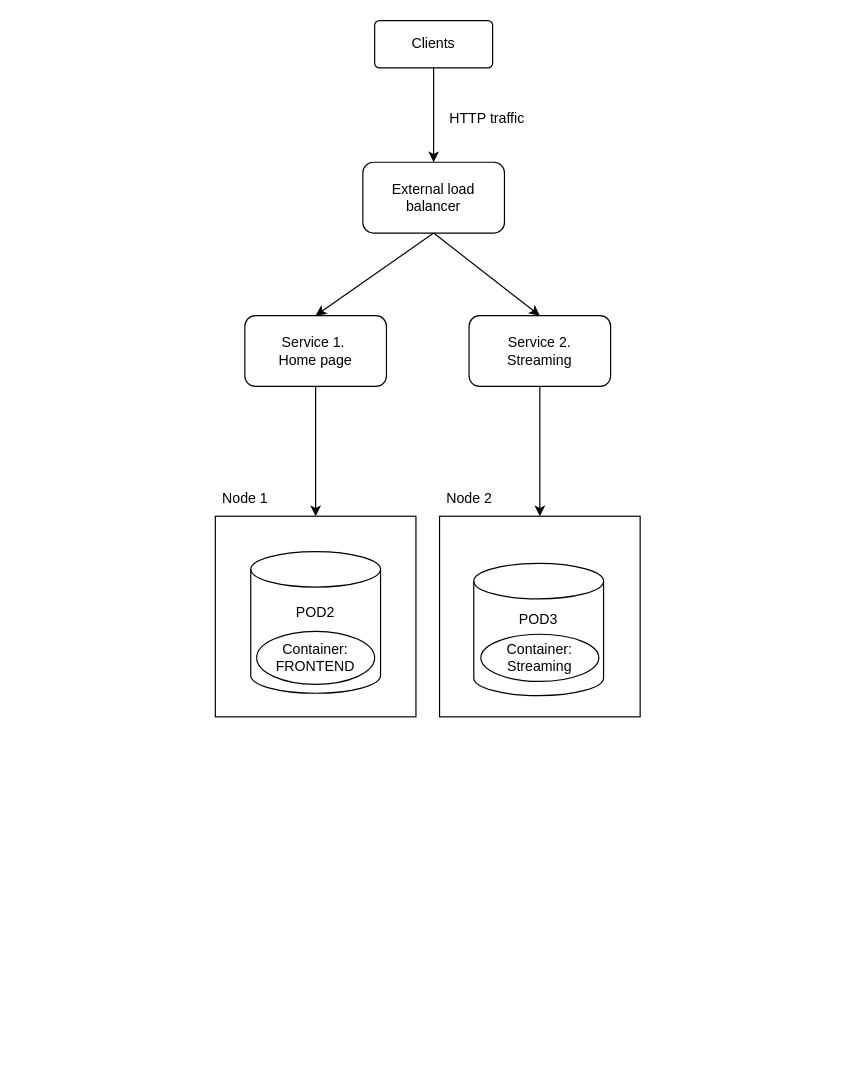
The draw.io diagram part3/3.11/pics/Nimetön kaavio.drawio in flyingstick22/DevOps-with-Docker, before the edit. Source tidied: cells renumbered, new cells numbered last; positions are measured from the earlier drawing's top-left corner, leaving out a move shared by most shapes. Both pictures are drawn from the tidied source at 118%, with x=0, y=0 at pixel (209, 20).
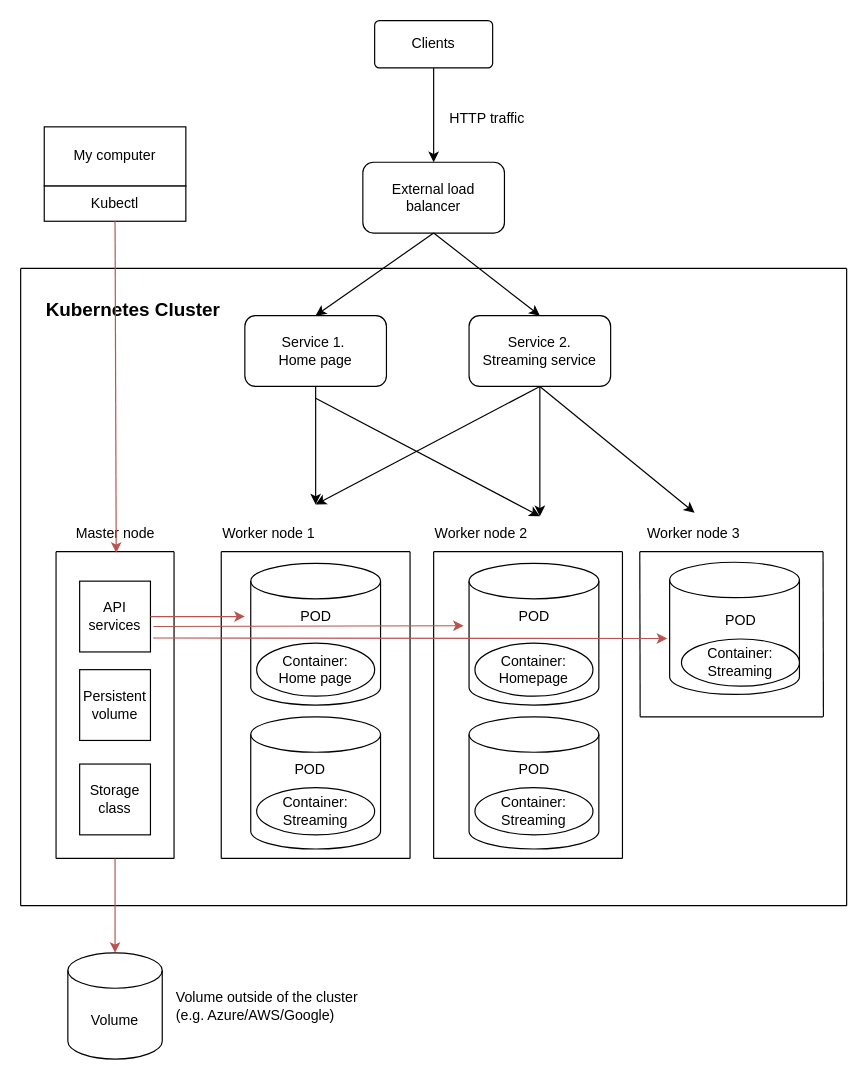
After the change.

Unchanged cells that the change refers to:
```xml
<mxCell id="9" value="Service 1.&amp;nbsp;&lt;br&gt;Home page" style="rounded=1;whiteSpace=wrap;html=1;" parent="1" vertex="1">
  <mxGeometry x="30" y="250" width="120" height="60" as="geometry" />
</mxCell>
```

Diff of the diagram source:
```diff
@@
-    <mxCell id="6" value="POD2&lt;br&gt;&lt;br&gt;&lt;br&gt;&lt;br&gt;" style="shape=cylinder3;whiteSpace=wrap;html=1;boundedLbl=1;backgroundOutline=1;size=15;" parent="1" vertex="1">
-      <mxGeometry x="35" y="450" width="110" height="120" as="geometry" />
+    <mxCell id="6" value="&lt;br&gt;&lt;br&gt;&lt;br&gt;&lt;br&gt;&lt;br&gt;&lt;br&gt;&lt;br&gt;&lt;br&gt;" style="shape=cylinder3;whiteSpace=wrap;html=1;boundedLbl=1;backgroundOutline=1;size=15;" parent="1" vertex="1">
+      <mxGeometry x="35" y="460" width="110" height="120" as="geometry" />
     </mxCell>
@@
-    <mxCell id="10" value="POD3&lt;br&gt;&lt;br&gt;&lt;br&gt;&lt;br&gt;" style="shape=cylinder3;whiteSpace=wrap;html=1;boundedLbl=1;backgroundOutline=1;size=15;" parent="1" vertex="1">
-      <mxGeometry x="224" y="460" width="110" height="112" as="geometry" />
+    <mxCell id="10" value="&lt;br&gt;&lt;br&gt;" style="shape=cylinder3;whiteSpace=wrap;html=1;boundedLbl=1;backgroundOutline=1;size=15;" parent="1" vertex="1">
+      <mxGeometry x="35" y="590" width="110" height="112" as="geometry" />
     </mxCell>
-    <mxCell id="11" value="Container:&lt;br&gt;FRONTEND" style="ellipse;whiteSpace=wrap;html=1;align=center;newEdgeStyle={&quot;edgeStyle&quot;:&quot;entityRelationEdgeStyle&quot;,&quot;startArrow&quot;:&quot;none&quot;,&quot;endArrow&quot;:&quot;none&quot;,&quot;segment&quot;:10,&quot;curved&quot;:1,&quot;sourcePerimeterSpacing&quot;:0,&quot;targetPerimeterSpacing&quot;:0};" parent="1" vertex="1">
-      <mxGeometry x="40" y="517.5" width="100" height="45" as="geometry" />
+    <mxCell id="11" value="Container:&lt;br&gt;Home page" style="ellipse;whiteSpace=wrap;html=1;align=center;newEdgeStyle={&quot;edgeStyle&quot;:&quot;entityRelationEdgeStyle&quot;,&quot;startArrow&quot;:&quot;none&quot;,&quot;endArrow&quot;:&quot;none&quot;,&quot;segment&quot;:10,&quot;curved&quot;:1,&quot;sourcePerimeterSpacing&quot;:0,&quot;targetPerimeterSpacing&quot;:0};" parent="1" vertex="1">
+      <mxGeometry x="40" y="527.5" width="100" height="45" as="geometry" />
     </mxCell>
     <mxCell id="12" value="Container:&lt;br&gt;Streaming" style="ellipse;whiteSpace=wrap;html=1;align=center;newEdgeStyle={&quot;edgeStyle&quot;:&quot;entityRelationEdgeStyle&quot;,&quot;startArrow&quot;:&quot;none&quot;,&quot;endArrow&quot;:&quot;none&quot;,&quot;segment&quot;:10,&quot;curved&quot;:1,&quot;sourcePerimeterSpacing&quot;:0,&quot;targetPerimeterSpacing&quot;:0};" parent="1" vertex="1">
-      <mxGeometry x="230" y="520" width="100" height="40" as="geometry" />
+      <mxGeometry x="40" y="650" width="100" height="40" as="geometry" />
     </mxCell>
-    <mxCell id="13" style="endArrow=classic;html=1;rounded=0;exitX=0.5;exitY=1;exitDx=0;exitDy=0;entryX=0.5;entryY=0;entryDx=0;entryDy=0;" parent="1" edge="1" source="9" target="16">
-      <mxGeometry relative="1" as="geometry" />
+    <mxCell id="13" style="endArrow=classic;html=1;rounded=0;exitX=0.5;exitY=1;exitDx=0;exitDy=0;" parent="1" edge="1" source="9">
+      <mxGeometry relative="1" as="geometry">
+        <mxPoint x="90" y="410" as="targetPoint" />
+      </mxGeometry>
     </mxCell>
-    <mxCell id="14" value="Service 2.&lt;br&gt;Streaming" style="rounded=1;whiteSpace=wrap;html=1;" parent="1" vertex="1">
+    <mxCell id="14" value="Service 2.&lt;br&gt;Streaming service" style="rounded=1;whiteSpace=wrap;html=1;" parent="1" vertex="1">
       <mxGeometry x="220" y="250" width="120" height="60" as="geometry" />
     </mxCell>
@@
-    <mxCell id="16" style="rounded=0;whiteSpace=wrap;html=1;fillColor=none;" parent="1" vertex="1">
-      <mxGeometry x="5" y="420" width="170" height="170" as="geometry" />
-    </mxCell>
-    <mxCell id="17" style="endArrow=classic;html=1;rounded=0;exitX=0.5;exitY=1;exitDx=0;exitDy=0;entryX=0.5;entryY=0;entryDx=0;entryDy=0;entryPerimeter=0;" parent="1" edge="1" source="14" target="18">
-      <mxGeometry relative="1" as="geometry" />
+    <mxCell id="17" style="endArrow=classic;html=1;rounded=0;exitX=0.5;exitY=1;exitDx=0;exitDy=0;entryX=0.5;entryY=0;entryDx=0;entryDy=0;entryPerimeter=0;" parent="1" edge="1" source="14">
+      <mxGeometry relative="1" as="geometry">
+        <mxPoint x="280" y="420" as="targetPoint" />
+      </mxGeometry>
     </mxCell>
-    <mxCell id="18" style="rounded=0;whiteSpace=wrap;html=1;fillColor=none;" parent="1" vertex="1">
-      <mxGeometry x="195" y="420" width="170" height="170" as="geometry" />
-    </mxCell>
-    <mxCell id="19" value="Node 1" style="text;html=1;align=center;verticalAlign=middle;strokeColor=none;fillColor=none;" parent="1" vertex="1">
-      <mxGeometry y="390" width="60" height="30" as="geometry" />
+    <mxCell id="19" value="Worker node 1" style="text;html=1;align=center;verticalAlign=middle;strokeColor=none;fillColor=none;" parent="1" vertex="1">
+      <mxGeometry y="420" width="100" height="30" as="geometry" />
     </mxCell>
-    <mxCell id="20" value="Node 2" style="text;html=1;align=center;verticalAlign=middle;strokeColor=none;fillColor=none;" parent="1" vertex="1">
-      <mxGeometry x="190" y="390" width="60" height="30" as="geometry" />
+    <mxCell id="20" value="Worker node 2" style="text;html=1;align=center;verticalAlign=middle;strokeColor=none;fillColor=none;" parent="1" vertex="1">
+      <mxGeometry x="180" y="420" width="100" height="30" as="geometry" />
     </mxCell>
+    <mxCell id="21" style="edgeStyle=orthogonalEdgeStyle;rounded=0;orthogonalLoop=1;jettySize=auto;html=1;exitX=0.5;exitY=1;exitDx=0;exitDy=0;" parent="1" edge="1">
+      <mxGeometry relative="1" as="geometry">
+        <mxPoint x="400.5" y="611" as="sourcePoint" />
+        <mxPoint x="400.5" y="611" as="targetPoint" />
+      </mxGeometry>
+    </mxCell>
+    <mxCell id="22" value="&lt;br&gt;&lt;br&gt;" style="shape=cylinder3;whiteSpace=wrap;html=1;boundedLbl=1;backgroundOutline=1;size=15;" parent="1" vertex="1">
+      <mxGeometry x="220" y="460" width="110" height="120" as="geometry" />
+    </mxCell>
+    <mxCell id="23" value="&lt;br&gt;&lt;br&gt;" style="shape=cylinder3;whiteSpace=wrap;html=1;boundedLbl=1;backgroundOutline=1;size=15;" parent="1" vertex="1">
+      <mxGeometry x="220" y="590" width="110" height="112" as="geometry" />
+    </mxCell>
+    <mxCell id="24" value="Container:&lt;br&gt;Homepage" style="ellipse;whiteSpace=wrap;html=1;align=center;newEdgeStyle={&quot;edgeStyle&quot;:&quot;entityRelationEdgeStyle&quot;,&quot;startArrow&quot;:&quot;none&quot;,&quot;endArrow&quot;:&quot;none&quot;,&quot;segment&quot;:10,&quot;curved&quot;:1,&quot;sourcePerimeterSpacing&quot;:0,&quot;targetPerimeterSpacing&quot;:0};" parent="1" vertex="1">
+      <mxGeometry x="225" y="527.5" width="100" height="45" as="geometry" />
+    </mxCell>
+    <mxCell id="25" value="Container:&lt;br&gt;Streaming" style="ellipse;whiteSpace=wrap;html=1;align=center;newEdgeStyle={&quot;edgeStyle&quot;:&quot;entityRelationEdgeStyle&quot;,&quot;startArrow&quot;:&quot;none&quot;,&quot;endArrow&quot;:&quot;none&quot;,&quot;segment&quot;:10,&quot;curved&quot;:1,&quot;sourcePerimeterSpacing&quot;:0,&quot;targetPerimeterSpacing&quot;:0};" parent="1" vertex="1">
+      <mxGeometry x="225" y="650" width="100" height="40" as="geometry" />
+    </mxCell>
+    <mxCell id="26" value="&lt;br&gt;&lt;br&gt;" style="shape=cylinder3;whiteSpace=wrap;html=1;boundedLbl=1;backgroundOutline=1;size=15;" parent="1" vertex="1">
+      <mxGeometry x="390" y="459" width="110" height="112" as="geometry" />
+    </mxCell>
+    <mxCell id="27" value="Container:&lt;br&gt;Streaming" style="ellipse;whiteSpace=wrap;html=1;align=center;newEdgeStyle={&quot;edgeStyle&quot;:&quot;entityRelationEdgeStyle&quot;,&quot;startArrow&quot;:&quot;none&quot;,&quot;endArrow&quot;:&quot;none&quot;,&quot;segment&quot;:10,&quot;curved&quot;:1,&quot;sourcePerimeterSpacing&quot;:0,&quot;targetPerimeterSpacing&quot;:0};" parent="1" vertex="1">
+      <mxGeometry x="400" y="524" width="100" height="40" as="geometry" />
+    </mxCell>
+    <mxCell id="28" style="endArrow=classic;html=1;rounded=0;exitX=0.5;exitY=1;exitDx=0;exitDy=0;" parent="1" edge="1" source="14">
+      <mxGeometry relative="1" as="geometry">
+        <mxPoint x="90" y="410" as="targetPoint" />
+      </mxGeometry>
+    </mxCell>
+    <mxCell id="29" style="endArrow=classic;html=1;rounded=0;" parent="1" edge="1">
+      <mxGeometry relative="1" as="geometry">
+        <mxPoint x="90" y="320" as="sourcePoint" />
+        <mxPoint x="280" y="420" as="targetPoint" />
+      </mxGeometry>
+    </mxCell>
+    <mxCell id="30" value="Worker node 3" style="text;html=1;align=center;verticalAlign=middle;points=[];strokeColor=none;fillColor=none;" parent="1" vertex="1">
+      <mxGeometry x="360" y="420" width="100" height="30" as="geometry" />
+    </mxCell>
+    <mxCell id="31" style="edgeStyle=orthogonalEdgeStyle;rounded=0;jettySize=auto;html=1;exitX=0.75;exitY=0;exitDx=0;exitDy=0;entryX=0.75;entryY=1;entryDx=0;entryDy=0;" parent="1" edge="1" source="32" target="44">
+      <mxGeometry relative="1" as="geometry" />
+    </mxCell>
+    <mxCell id="32" value="Kubectl" style="rounded=0;whiteSpace=wrap;html=1;" parent="1" vertex="1">
+      <mxGeometry x="-140" y="140" width="120" height="30" as="geometry" />
+    </mxCell>
+    <mxCell id="33" value="POD" style="text;html=1;align=center;verticalAlign=middle;strokeColor=none;fillColor=none;" parent="1" vertex="1">
+      <mxGeometry x="65" y="490" width="50" height="30" as="geometry" />
+    </mxCell>
+    <mxCell id="34" value="POD" style="text;html=1;align=center;verticalAlign=middle;strokeColor=none;fillColor=none;" parent="1" vertex="1">
+      <mxGeometry x="60" y="620" width="50" height="30" as="geometry" />
+    </mxCell>
+    <mxCell id="35" value="POD" style="text;html=1;align=center;verticalAlign=middle;strokeColor=none;fillColor=none;" parent="1" vertex="1">
+      <mxGeometry x="250" y="490" width="50" height="30" as="geometry" />
+    </mxCell>
+    <mxCell id="36" value="POD" style="text;html=1;align=center;verticalAlign=middle;strokeColor=none;fillColor=none;" parent="1" vertex="1">
+      <mxGeometry x="250" y="620" width="50" height="30" as="geometry" />
+    </mxCell>
+    <mxCell id="37" value="POD" style="text;html=1;align=center;verticalAlign=middle;strokeColor=none;fillColor=none;" parent="1" vertex="1">
+      <mxGeometry x="425" y="494" width="50" height="30" as="geometry" />
+    </mxCell>
+    <mxCell id="38" style="endArrow=classic;html=1;rounded=0;entryX=0.511;entryY=-0.1;entryDx=0;entryDy=0;entryPerimeter=0;" parent="1" edge="1" target="30">
+      <mxGeometry relative="1" as="geometry">
+        <mxPoint x="280" y="310" as="sourcePoint" />
+      </mxGeometry>
+    </mxCell>
+    <mxCell id="39" style="endArrow=none;html=1;rounded=0;" parent="1" edge="1">
+      <mxGeometry relative="1" as="geometry">
+        <mxPoint x="-160" y="750" as="sourcePoint" />
+        <mxPoint x="-160" y="210" as="targetPoint" />
+        <Array as="points">
+          <mxPoint x="-160" y="470" />
+        </Array>
+      </mxGeometry>
+    </mxCell>
+    <mxCell id="40" style="endArrow=none;html=1;rounded=0;" parent="1" edge="1">
+      <mxGeometry relative="1" as="geometry">
+        <mxPoint x="540" y="210" as="sourcePoint" />
+        <mxPoint x="-160" y="210" as="targetPoint" />
+      </mxGeometry>
+    </mxCell>
+    <mxCell id="41" style="endArrow=none;html=1;rounded=0;" parent="1" edge="1">
+      <mxGeometry relative="1" as="geometry">
+        <mxPoint x="540" y="750" as="sourcePoint" />
+        <mxPoint x="540" y="210" as="targetPoint" />
+      </mxGeometry>
+    </mxCell>
+    <mxCell id="42" style="endArrow=none;html=1;rounded=0;" parent="1" edge="1">
+      <mxGeometry relative="1" as="geometry">
+        <mxPoint x="540" y="750" as="sourcePoint" />
+        <mxPoint x="-160" y="750" as="targetPoint" />
+      </mxGeometry>
+    </mxCell>
+    <mxCell id="43" value="&lt;b&gt;&lt;font style=&quot;font-size: 16px;&quot;&gt;Kubernetes Cluster&lt;/font&gt;&lt;/b&gt;" style="text;html=1;align=center;verticalAlign=middle;strokeColor=none;fillColor=none;" parent="1" vertex="1">
+      <mxGeometry x="-150" y="230" width="170" height="30" as="geometry" />
+    </mxCell>
+    <mxCell id="44" value="My computer" style="rounded=0;whiteSpace=wrap;html=1;" parent="1" vertex="1">
+      <mxGeometry x="-140" y="90" width="120" height="50" as="geometry" />
+    </mxCell>
+    <mxCell id="45" style="endArrow=none;html=1;rounded=0;" parent="1" edge="1">
+      <mxGeometry relative="1" as="geometry">
+        <mxPoint x="10" y="710" as="sourcePoint" />
+        <mxPoint x="10" y="450" as="targetPoint" />
+        <Array as="points">
+          <mxPoint x="10" y="710" />
+        </Array>
+      </mxGeometry>
+    </mxCell>
+    <mxCell id="46" style="endArrow=none;html=1;rounded=0;" parent="1" edge="1">
+      <mxGeometry relative="1" as="geometry">
+        <mxPoint x="170" y="710" as="sourcePoint" />
+        <mxPoint x="170" y="450" as="targetPoint" />
+        <Array as="points">
+          <mxPoint x="170" y="710" />
+        </Array>
+      </mxGeometry>
+    </mxCell>
+    <mxCell id="47" style="endArrow=none;html=1;rounded=0;" parent="1" edge="1">
+      <mxGeometry relative="1" as="geometry">
+        <mxPoint x="10" y="450" as="sourcePoint" />
+        <mxPoint x="170" y="450" as="targetPoint" />
+      </mxGeometry>
+    </mxCell>
+    <mxCell id="48" style="endArrow=none;html=1;rounded=0;" parent="1" edge="1">
+      <mxGeometry relative="1" as="geometry">
+        <mxPoint x="10" y="710" as="sourcePoint" />
+        <mxPoint x="170" y="710" as="targetPoint" />
+      </mxGeometry>
+    </mxCell>
+    <mxCell id="49" style="endArrow=none;html=1;rounded=0;" parent="1" edge="1">
+      <mxGeometry relative="1" as="geometry">
+        <mxPoint x="190" y="710" as="sourcePoint" />
+        <mxPoint x="190" y="450" as="targetPoint" />
+        <Array as="points">
+          <mxPoint x="190" y="710" />
+        </Array>
+      </mxGeometry>
+    </mxCell>
+    <mxCell id="50" style="endArrow=none;html=1;rounded=0;" parent="1" edge="1">
+      <mxGeometry relative="1" as="geometry">
+        <mxPoint x="350" y="710" as="sourcePoint" />
+        <mxPoint x="350" y="450" as="targetPoint" />
+        <Array as="points">
+          <mxPoint x="350" y="710" />
+        </Array>
+      </mxGeometry>
+    </mxCell>
+    <mxCell id="51" style="endArrow=none;html=1;rounded=0;" parent="1" edge="1">
+      <mxGeometry relative="1" as="geometry">
+        <mxPoint x="190" y="450" as="sourcePoint" />
+        <mxPoint x="350" y="450" as="targetPoint" />
+      </mxGeometry>
+    </mxCell>
+    <mxCell id="52" style="endArrow=none;html=1;rounded=0;" parent="1" edge="1">
+      <mxGeometry relative="1" as="geometry">
+        <mxPoint x="190" y="710" as="sourcePoint" />
+        <mxPoint x="350" y="710" as="targetPoint" />
+      </mxGeometry>
+    </mxCell>
+    <mxCell id="53" style="endArrow=none;html=1;rounded=0;" parent="1" edge="1">
+      <mxGeometry relative="1" as="geometry">
+        <mxPoint x="365" y="590" as="sourcePoint" />
+        <mxPoint x="364.7" y="450" as="targetPoint" />
+      </mxGeometry>
+    </mxCell>
+    <mxCell id="54" style="endArrow=none;html=1;rounded=0;" parent="1" edge="1">
+      <mxGeometry relative="1" as="geometry">
+        <mxPoint x="364.7" y="450" as="sourcePoint" />
+        <mxPoint x="520" y="450" as="targetPoint" />
+      </mxGeometry>
+    </mxCell>
+    <mxCell id="55" style="endArrow=none;html=1;rounded=0;" parent="1" edge="1">
+      <mxGeometry relative="1" as="geometry">
+        <mxPoint x="365" y="590" as="sourcePoint" />
+        <mxPoint x="520" y="590" as="targetPoint" />
+        <Array as="points">
+          <mxPoint x="440.3" y="590" />
+        </Array>
+      </mxGeometry>
+    </mxCell>
+    <mxCell id="56" style="endArrow=none;html=1;rounded=0;" parent="1" edge="1">
+      <mxGeometry relative="1" as="geometry">
+        <mxPoint x="520.3" y="590" as="sourcePoint" />
+        <mxPoint x="520" y="450" as="targetPoint" />
+      </mxGeometry>
+    </mxCell>
+    <mxCell id="57" value="Volume" style="shape=cylinder3;whiteSpace=wrap;html=1;boundedLbl=1;backgroundOutline=1;size=15;" parent="1" vertex="1">
+      <mxGeometry x="-120" y="790" width="80" height="90" as="geometry" />
+    </mxCell>
+    <mxCell id="58" style="endArrow=none;html=1;rounded=0;" parent="1" edge="1">
+      <mxGeometry relative="1" as="geometry">
+        <mxPoint x="-130" y="710" as="sourcePoint" />
+        <mxPoint x="-130" y="450" as="targetPoint" />
+        <Array as="points">
+          <mxPoint x="-130" y="710" />
+        </Array>
+      </mxGeometry>
+    </mxCell>
+    <mxCell id="59" style="endArrow=none;html=1;rounded=0;" parent="1" edge="1">
+      <mxGeometry relative="1" as="geometry">
+        <mxPoint x="-130" y="450" as="sourcePoint" />
+        <mxPoint x="-30" y="450" as="targetPoint" />
+      </mxGeometry>
+    </mxCell>
+    <mxCell id="60" style="endArrow=none;html=1;rounded=0;" parent="1" edge="1">
+      <mxGeometry relative="1" as="geometry">
+        <mxPoint x="-130" y="710" as="sourcePoint" />
+        <mxPoint x="-30" y="710" as="targetPoint" />
+      </mxGeometry>
+    </mxCell>
+    <mxCell id="61" style="endArrow=none;html=1;rounded=0;" parent="1" edge="1">
+      <mxGeometry relative="1" as="geometry">
+        <mxPoint x="-30" y="710" as="sourcePoint" />
+        <mxPoint x="-30" y="450" as="targetPoint" />
+        <Array as="points">
+          <mxPoint x="-30" y="710" />
+        </Array>
+      </mxGeometry>
+    </mxCell>
+    <mxCell id="62" value="Master node" style="text;html=1;align=center;verticalAlign=middle;points=[];strokeColor=none;fillColor=none;" parent="1" vertex="1">
+      <mxGeometry x="-125" y="420" width="90" height="30" as="geometry" />
+    </mxCell>
+    <mxCell id="63" value="API services" style="rounded=0;whiteSpace=wrap;html=1;" parent="1" vertex="1">
+      <mxGeometry x="-110" y="475" width="60" height="60" as="geometry" />
+    </mxCell>
+    <mxCell id="64" style="endArrow=classic;html=1;rounded=0;exitX=1;exitY=0.5;exitDx=0;exitDy=0;fillColor=#f8cecc;gradientColor=#ea6b66;strokeColor=#b85450;" parent="1" edge="1" source="63">
+      <mxGeometry relative="1" as="geometry">
+        <mxPoint x="30" y="505" as="targetPoint" />
+      </mxGeometry>
+    </mxCell>
+    <mxCell id="65" style="endArrow=classic;html=1;rounded=0;exitX=1.042;exitY=0.641;exitDx=0;exitDy=0;entryX=-0.041;entryY=0.44;entryDx=0;entryDy=0;entryPerimeter=0;fillColor=#f8cecc;gradientColor=#ea6b66;strokeColor=#b85450;exitPerimeter=0;" parent="1" edge="1" source="63" target="22">
+      <mxGeometry relative="1" as="geometry" />
+    </mxCell>
+    <mxCell id="66" style="endArrow=classic;html=1;rounded=0;exitX=1.037;exitY=0.803;exitDx=0;exitDy=0;entryX=-0.018;entryY=0.577;entryDx=0;entryDy=0;entryPerimeter=0;fillColor=#f8cecc;gradientColor=#ea6b66;strokeColor=#b85450;exitPerimeter=0;" parent="1" edge="1" source="63" target="26">
+      <mxGeometry relative="1" as="geometry" />
+    </mxCell>
+    <mxCell id="67" style="endArrow=classic;html=1;rounded=0;exitX=0.5;exitY=1;exitDx=0;exitDy=0;fillColor=#f8cecc;gradientColor=#ea6b66;strokeColor=#b85450;entryX=0.511;entryY=1.033;entryDx=0;entryDy=0;entryPerimeter=0;" parent="1" edge="1" source="32" target="62">
+      <mxGeometry relative="1" as="geometry" />
+    </mxCell>
+    <mxCell id="68" value="Persistent volume" style="rounded=0;whiteSpace=wrap;html=1;" parent="1" vertex="1">
+      <mxGeometry x="-110" y="550" width="60" height="60" as="geometry" />
+    </mxCell>
+    <mxCell id="69" value="Volume outside of the cluster&lt;br&gt;(e.g. Azure/AWS/Google)" style="text;html=1;align=left;verticalAlign=middle;strokeColor=none;fillColor=none;" parent="1" vertex="1">
+      <mxGeometry x="-30" y="815" width="180" height="40" as="geometry" />
+    </mxCell>
+    <mxCell id="70" value="Storage class" style="rounded=0;whiteSpace=wrap;html=1;" parent="1" vertex="1">
+      <mxGeometry x="-110" y="630" width="60" height="60" as="geometry" />
+    </mxCell>
+    <mxCell id="71" style="endArrow=classic;html=1;rounded=0;entryX=0.5;entryY=0;entryDx=0;entryDy=0;entryPerimeter=0;fillColor=#f8cecc;strokeColor=#b85450;gradientColor=#ea6b66;" parent="1" edge="1" target="57">
+      <mxGeometry relative="1" as="geometry">
+        <mxPoint x="-80" y="710" as="sourcePoint" />
+      </mxGeometry>
+    </mxCell>
```
